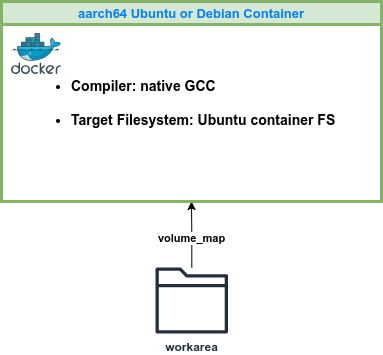
TexasInstruments-Sandbox/edgeai-osrt-libs-build keeps this draw.io diagram as docs/build_in_aarch64_container.png. Above is the earlier version. Source tidied: cells renumbered, new cells last; positions are measured from the earlier drawing's top-left corner, leaving out a move shared by most shapes.
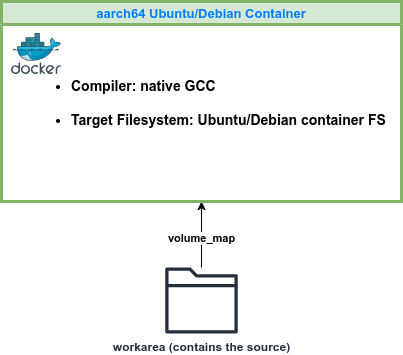
The same diagram one commit later.

The edit, as a diff of the source:
```diff
@@ -8,17 +8,17 @@
     <mxCell id="3" value="volume_map" style="edgeLabel;html=1;align=center;verticalAlign=middle;fontStyle=1;" parent="2" vertex="1">
       <mxGeometry x="-0.1" y="1" relative="1" as="geometry" />
     </mxCell>
-    <mxCell id="4" value="&lt;b&gt;workarea&lt;/b&gt;" style="sketch=0;outlineConnect=0;fontColor=#232F3E;gradientColor=none;fillColor=#232F3D;strokeColor=none;dashed=0;verticalLabelPosition=bottom;verticalAlign=top;align=center;html=1;fontSize=12;fontStyle=0;shape=mxgraph.aws4.folder;" parent="1" vertex="1">
-      <mxGeometry x="154" y="266" width="72.5" height="66" as="geometry" />
+    <mxCell id="4" value="&lt;b&gt;workarea (contains the source)&lt;/b&gt;" style="sketch=0;outlineConnect=0;fontColor=#232F3E;gradientColor=none;fillColor=#232F3D;strokeColor=none;dashed=0;verticalLabelPosition=bottom;verticalAlign=top;align=center;html=1;fontSize=12;fontStyle=0;shape=mxgraph.aws4.folder;" parent="1" vertex="1">
+      <mxGeometry x="163.7" y="266" width="72.5" height="66" as="geometry" />
     </mxCell>
-    <mxCell id="5" value="&lt;font color=&quot;#007fff&quot; style=&quot;font-size: 13px;&quot;&gt;aarch64 Ubuntu or Debian Container&lt;/font&gt;" style="swimlane;whiteSpace=wrap;html=1;fontSize=13;fillColor=#d5e8d4;strokeColor=#82b366;strokeWidth=3;swimlaneFillColor=none;" parent="1" vertex="1">
-      <mxGeometry width="380" height="200" as="geometry" />
+    <mxCell id="5" value="&lt;font color=&quot;#007fff&quot; style=&quot;font-size: 13px;&quot;&gt;aarch64 Ubuntu/Debian Container&lt;/font&gt;" style="swimlane;whiteSpace=wrap;html=1;fontSize=13;fillColor=#d5e8d4;strokeColor=#82b366;strokeWidth=3;swimlaneFillColor=none;" parent="1" vertex="1">
+      <mxGeometry width="400" height="200" as="geometry" />
     </mxCell>
     <mxCell id="6" style="image;sketch=0;html=1;align=center;fontSize=12;image=img/lib/mscae/Docker.svg;" parent="5" vertex="1">
       <mxGeometry x="10" y="32" width="50" height="41" as="geometry" />
     </mxCell>
-    <mxCell id="7" value="&lt;h2&gt;&lt;/h2&gt;&lt;h3&gt;&lt;p&gt;&lt;/p&gt;&lt;ul style=&quot;font-size: 14px;&quot;&gt;&lt;li style=&quot;font-size: 14px;&quot;&gt;Compiler: native GCC&lt;/li&gt;&lt;/ul&gt;&lt;p&gt;&lt;/p&gt;&lt;ul style=&quot;font-size: 14px;&quot;&gt;&lt;li style=&quot;font-size: 14px;&quot;&gt;&lt;span style=&quot;background-color: initial;&quot;&gt;Target Filesystem: Ubuntu container FS&lt;/span&gt;&lt;/li&gt;&lt;/ul&gt;&lt;/h3&gt;" style="text;html=1;align=left;verticalAlign=top;strokeColor=none;fillColor=none;fontStyle=1;fontSize=14;spacing=0;spacingTop=0;spacingBottom=0;" parent="5" vertex="1">
-      <mxGeometry x="30" y="55" width="320" height="90" as="geometry" />
+    <mxCell id="7" value="&lt;h2&gt;&lt;/h2&gt;&lt;h3&gt;&lt;p&gt;&lt;/p&gt;&lt;ul style=&quot;font-size: 14px;&quot;&gt;&lt;li style=&quot;font-size: 14px;&quot;&gt;Compiler: native GCC&lt;/li&gt;&lt;/ul&gt;&lt;p&gt;&lt;/p&gt;&lt;ul style=&quot;font-size: 14px;&quot;&gt;&lt;li style=&quot;font-size: 14px;&quot;&gt;&lt;span style=&quot;background-color: initial;&quot;&gt;Target Filesystem: Ubuntu/Debian container FS&lt;/span&gt;&lt;/li&gt;&lt;/ul&gt;&lt;/h3&gt;" style="text;html=1;align=left;verticalAlign=top;strokeColor=none;fillColor=none;fontStyle=1;fontSize=14;spacing=0;spacingTop=0;spacingBottom=0;" parent="5" vertex="1">
+      <mxGeometry x="30" y="55" width="370" height="90" as="geometry" />
     </mxCell>
   </root>
 </mxGraphModel>
```
